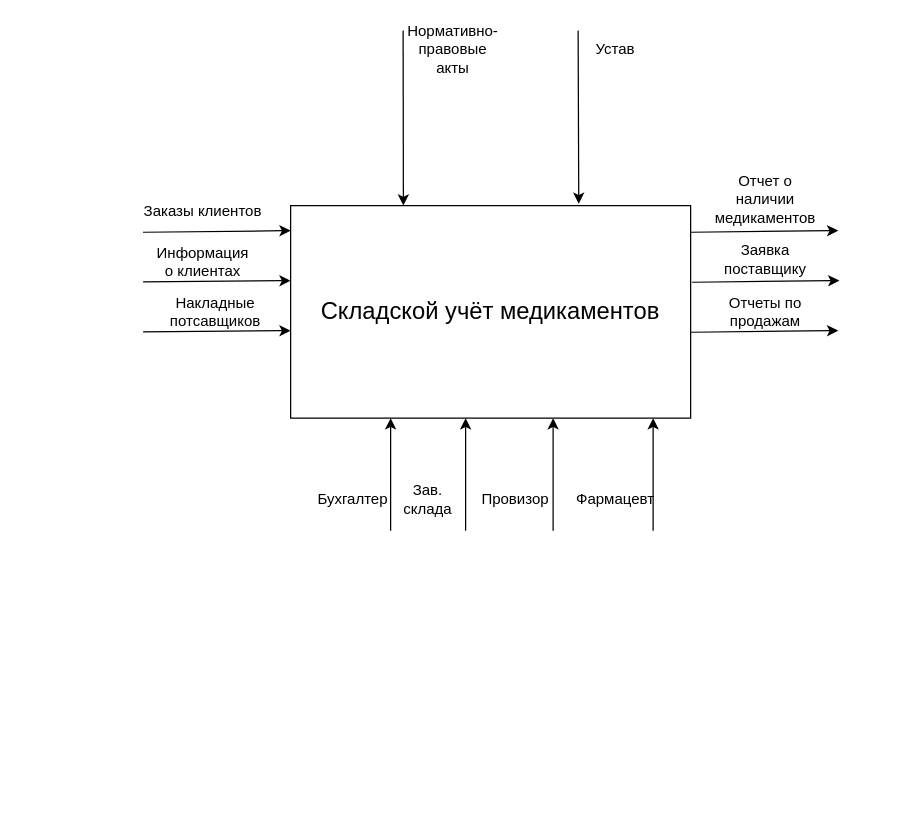
This is Диаграмма без названия.drawio from Lokerty64/origin, a draw.io file, before an edit. Source tidied: cells renumbered, new cells numbered last; positions are measured from the earlier drawing's top-left corner, leaving out a move shared by most shapes. Both pictures are drawn from the tidied source at 125%, with x=0, y=0 at pixel (142, 30).
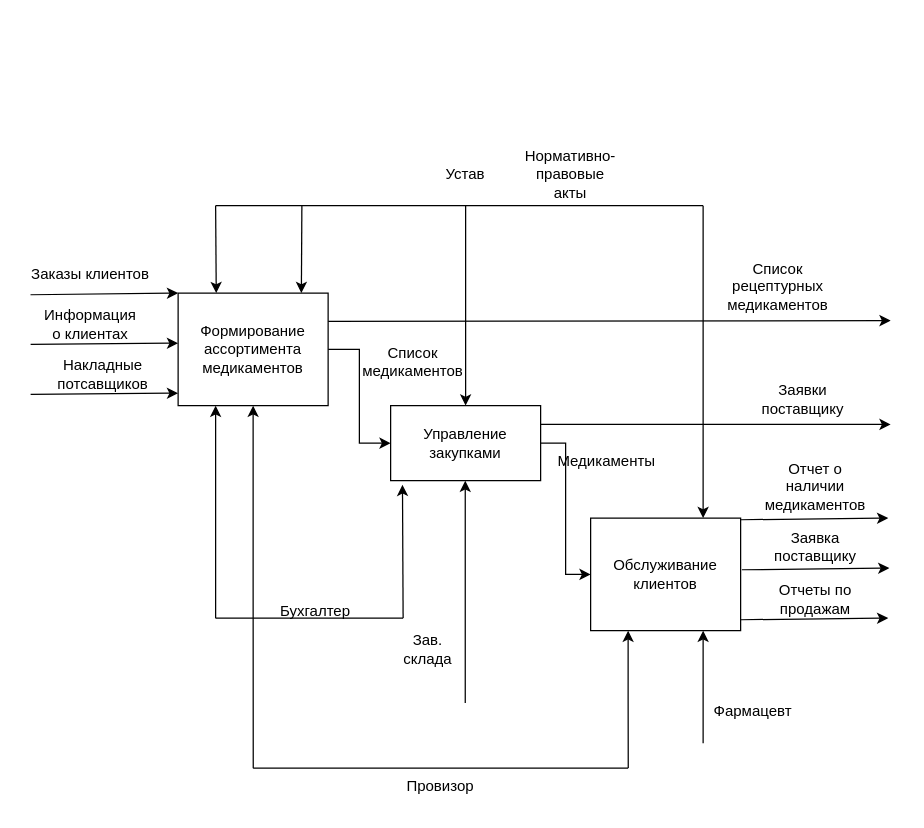
After the change.

Change to the diagram source:
```diff
@@
-    <mxCell id="2" value="&lt;font style=&quot;font-size: 19px;&quot;&gt;Складской учёт медикаментов&lt;/font&gt;" style="rounded=0;whiteSpace=wrap;html=1;" parent="1" vertex="1">
-      <mxGeometry x="118" y="140" width="320" height="170" as="geometry" />
-    </mxCell>
-    <mxCell id="3" style="endArrow=classic;html=1;rounded=0;entryX=0.063;entryY=0;entryDx=0;entryDy=0;entryPerimeter=0;" parent="1" edge="1">
-      <mxGeometry relative="1" as="geometry">
-        <mxPoint x="208" as="sourcePoint" />
-        <mxPoint x="208.2" y="140" as="targetPoint" />
-      </mxGeometry>
-    </mxCell>
     <mxCell id="4" value="Нормативно-правовые акты" style="text;html=1;align=center;verticalAlign=middle;whiteSpace=wrap;rounded=0;" parent="1" vertex="1">
-      <mxGeometry x="218" width="60" height="30" as="geometry" />
+      <mxGeometry x="312" y="100" width="60" height="30" as="geometry" />
     </mxCell>
     <mxCell id="5" style="endArrow=classic;html=1;rounded=0;entryX=0.739;entryY=-0.008;entryDx=0;entryDy=0;entryPerimeter=0;" parent="1" edge="1">
       <mxGeometry relative="1" as="geometry">
-        <mxPoint x="348" as="sourcePoint" />
-        <mxPoint x="348.5" y="138.6" as="targetPoint" />
+        <mxPoint x="58" y="140" as="sourcePoint" />
+        <mxPoint x="58.5" y="210" as="targetPoint" />
       </mxGeometry>
     </mxCell>
     <mxCell id="6" value="Устав" style="text;html=1;align=center;verticalAlign=middle;whiteSpace=wrap;rounded=0;" parent="1" vertex="1">
-      <mxGeometry x="348" width="60" height="30" as="geometry" />
+      <mxGeometry x="228" y="100" width="60" height="30" as="geometry" />
     </mxCell>
     <mxCell id="7" style="endArrow=classic;html=1;rounded=0;entryX=-0.006;entryY=0.11;entryDx=0;entryDy=0;entryPerimeter=0;" parent="1" edge="1">
       <mxGeometry relative="1" as="geometry">
-        <mxPoint x="-0.1" y="161.3" as="sourcePoint" />
-        <mxPoint x="118" y="160" as="targetPoint" />
+        <mxPoint x="-90.1" y="211.3" as="sourcePoint" />
+        <mxPoint x="28" y="210" as="targetPoint" />
       </mxGeometry>
     </mxCell>
     <mxCell id="8" value="&lt;span style=&quot;text-wrap: nowrap; background-color: rgb(255, 255, 255);&quot;&gt;&lt;font style=&quot;font-size: 12px;&quot;&gt;Заказы клиентов&lt;/font&gt;&lt;/span&gt;" style="text;html=1;align=center;verticalAlign=middle;whiteSpace=wrap;rounded=0;" parent="1" vertex="1">
-      <mxGeometry x="18" y="130" width="60" height="30" as="geometry" />
+      <mxGeometry x="-72" y="180" width="60" height="30" as="geometry" />
     </mxCell>
     <mxCell id="9" style="endArrow=classic;html=1;rounded=0;entryX=-0.006;entryY=0.11;entryDx=0;entryDy=0;entryPerimeter=0;" parent="1" edge="1">
       <mxGeometry relative="1" as="geometry">
-        <mxPoint y="201" as="sourcePoint" />
-        <mxPoint x="118" y="200" as="targetPoint" />
+        <mxPoint x="-90" y="251" as="sourcePoint" />
+        <mxPoint x="28" y="250" as="targetPoint" />
       </mxGeometry>
     </mxCell>
     <mxCell id="10" value="Информация о клиентах" style="text;html=1;align=center;verticalAlign=middle;whiteSpace=wrap;rounded=0;" parent="1" vertex="1">
-      <mxGeometry x="18" y="170" width="60" height="30" as="geometry" />
+      <mxGeometry x="-72" y="220" width="60" height="30" as="geometry" />
     </mxCell>
     <mxCell id="11" style="endArrow=classic;html=1;rounded=0;entryX=-0.006;entryY=0.11;entryDx=0;entryDy=0;entryPerimeter=0;" parent="1" edge="1">
       <mxGeometry relative="1" as="geometry">
-        <mxPoint y="241" as="sourcePoint" />
-        <mxPoint x="118" y="240" as="targetPoint" />
+        <mxPoint x="-90" y="291" as="sourcePoint" />
+        <mxPoint x="28" y="290" as="targetPoint" />
       </mxGeometry>
     </mxCell>
     <mxCell id="12" value="Накладные потсавщиков" style="text;html=1;align=center;verticalAlign=middle;whiteSpace=wrap;rounded=0;" parent="1" vertex="1">
-      <mxGeometry x="28" y="210" width="60" height="30" as="geometry" />
+      <mxGeometry x="-62" y="260" width="60" height="30" as="geometry" />
     </mxCell>
     <mxCell id="13" style="endArrow=classic;html=1;rounded=0;" parent="1" edge="1">
       <mxGeometry relative="1" as="geometry">
-        <mxPoint x="408" y="400" as="sourcePoint" />
-        <mxPoint x="408" y="310" as="targetPoint" />
+        <mxPoint x="448" y="570" as="sourcePoint" />
+        <mxPoint x="448" y="480" as="targetPoint" />
       </mxGeometry>
     </mxCell>
     <mxCell id="14" value="Фармацевт" style="text;html=1;align=center;verticalAlign=middle;whiteSpace=wrap;rounded=0;" parent="1" vertex="1">
-      <mxGeometry x="348" y="360" width="60" height="30" as="geometry" />
+      <mxGeometry x="458" y="530" width="60" height="30" as="geometry" />
     </mxCell>
-    <mxCell id="15" style="endArrow=classic;html=1;rounded=0;" parent="1" edge="1">
-      <mxGeometry relative="1" as="geometry">
-        <mxPoint x="328" y="400" as="sourcePoint" />
-        <mxPoint x="328" y="310" as="targetPoint" />
-      </mxGeometry>
-    </mxCell>
     <mxCell id="16" value="Провизор" style="text;html=1;align=center;verticalAlign=middle;whiteSpace=wrap;rounded=0;" parent="1" vertex="1">
-      <mxGeometry x="268" y="360" width="60" height="30" as="geometry" />
+      <mxGeometry x="208" y="590" width="60" height="30" as="geometry" />
     </mxCell>
-    <mxCell id="17" style="endArrow=classic;html=1;rounded=0;" parent="1" edge="1">
+    <mxCell id="17" style="endArrow=classic;html=1;rounded=0;entryX=0.125;entryY=1.022;entryDx=0;entryDy=0;entryPerimeter=0;exitX=0.916;exitY=0.975;exitDx=0;exitDy=0;exitPerimeter=0;" parent="1" edge="1">
       <mxGeometry relative="1" as="geometry">
-        <mxPoint x="258" y="400" as="sourcePoint" />
-        <mxPoint x="258" y="310" as="targetPoint" />
+        <mxPoint x="257.7" y="537.9" as="sourcePoint" />
+        <mxPoint x="257.7" y="360" as="targetPoint" />
       </mxGeometry>
     </mxCell>
     <mxCell id="18" value="Зав. склада" style="text;html=1;align=center;verticalAlign=middle;whiteSpace=wrap;rounded=0;" parent="1" vertex="1">
-      <mxGeometry x="198" y="360" width="60" height="30" as="geometry" />
+      <mxGeometry x="198" y="480" width="60" height="30" as="geometry" />
     </mxCell>
-    <mxCell id="19" style="endArrow=classic;html=1;rounded=0;" parent="1" edge="1">
-      <mxGeometry relative="1" as="geometry">
-        <mxPoint x="198" y="400" as="sourcePoint" />
-        <mxPoint x="198" y="310" as="targetPoint" />
-      </mxGeometry>
-    </mxCell>
-    <mxCell id="20" value="Бухгалтер" style="text;html=1;align=center;verticalAlign=middle;whiteSpace=wrap;rounded=0;" parent="1" vertex="1">
-      <mxGeometry x="138" y="360" width="60" height="30" as="geometry" />
-    </mxCell>
     <mxCell id="21" style="endArrow=classic;html=1;rounded=0;entryX=-0.006;entryY=0.11;entryDx=0;entryDy=0;entryPerimeter=0;" parent="1" edge="1">
       <mxGeometry relative="1" as="geometry">
-        <mxPoint x="438" y="161.3" as="sourcePoint" />
-        <mxPoint x="556.1" y="160" as="targetPoint" />
+        <mxPoint x="478" y="391.3" as="sourcePoint" />
+        <mxPoint x="596.1" y="390" as="targetPoint" />
       </mxGeometry>
     </mxCell>
     <mxCell id="22" value="Отчет о наличии медикаментов" style="text;html=1;align=center;verticalAlign=middle;whiteSpace=wrap;rounded=0;" parent="1" vertex="1">
-      <mxGeometry x="468" y="120" width="60" height="30" as="geometry" />
+      <mxGeometry x="508" y="350" width="60" height="30" as="geometry" />
     </mxCell>
     <mxCell id="23" style="endArrow=classic;html=1;rounded=0;entryX=-0.006;entryY=0.11;entryDx=0;entryDy=0;entryPerimeter=0;" parent="1" edge="1">
       <mxGeometry relative="1" as="geometry">
-        <mxPoint x="439" y="201.3" as="sourcePoint" />
-        <mxPoint x="557" y="200" as="targetPoint" />
+        <mxPoint x="479" y="431.3" as="sourcePoint" />
+        <mxPoint x="597" y="430" as="targetPoint" />
       </mxGeometry>
     </mxCell>
     <mxCell id="24" value="Заявка поставщику" style="text;html=1;align=center;verticalAlign=middle;whiteSpace=wrap;rounded=0;" parent="1" vertex="1">
-      <mxGeometry x="468" y="165" width="60" height="35" as="geometry" />
+      <mxGeometry x="508" y="395" width="60" height="35" as="geometry" />
     </mxCell>
     <mxCell id="25" style="endArrow=classic;html=1;rounded=0;entryX=-0.006;entryY=0.11;entryDx=0;entryDy=0;entryPerimeter=0;" parent="1" edge="1">
       <mxGeometry relative="1" as="geometry">
-        <mxPoint x="438" y="241.3" as="sourcePoint" />
-        <mxPoint x="556.1" y="240" as="targetPoint" />
+        <mxPoint x="478" y="471.3" as="sourcePoint" />
+        <mxPoint x="596.1" y="470" as="targetPoint" />
       </mxGeometry>
     </mxCell>
     <mxCell id="26" value="Отчеты по продажам" style="text;html=1;align=center;verticalAlign=middle;whiteSpace=wrap;rounded=0;" parent="1" vertex="1">
-      <mxGeometry x="468" y="210" width="60" height="30" as="geometry" />
+      <mxGeometry x="508" y="440" width="60" height="30" as="geometry" />
     </mxCell>
+    <mxCell id="27" style="edgeStyle=orthogonalEdgeStyle;rounded=0;jettySize=auto;html=1;exitX=1;exitY=0.5;exitDx=0;exitDy=0;entryX=0;entryY=0.5;entryDx=0;entryDy=0;" parent="1" edge="1" source="30" target="34">
+      <mxGeometry relative="1" as="geometry" />
+    </mxCell>
+    <mxCell id="28" style="edgeStyle=orthogonalEdgeStyle;rounded=0;jettySize=auto;html=1;exitX=0.5;exitY=1;exitDx=0;exitDy=0;startArrow=classic;startFill=1;endArrow=none;endFill=0;" parent="1" edge="1" source="30">
+      <mxGeometry relative="1" as="geometry">
+        <mxPoint x="88.1" y="590" as="targetPoint" />
+      </mxGeometry>
+    </mxCell>
+    <mxCell id="29" style="edgeStyle=orthogonalEdgeStyle;rounded=0;jettySize=auto;html=1;exitX=1;exitY=0.25;exitDx=0;exitDy=0;" parent="1" edge="1" source="30">
+      <mxGeometry relative="1" as="geometry">
+        <mxPoint x="598" y="232" as="targetPoint" />
+      </mxGeometry>
+    </mxCell>
+    <mxCell id="30" value="Формирование ассортимента медикаментов" style="rounded=0;whiteSpace=wrap;html=1;" parent="1" vertex="1">
+      <mxGeometry x="28" y="210" width="120" height="90" as="geometry" />
+    </mxCell>
+    <mxCell id="31" style="endArrow=classic;html=1;rounded=0;entryX=0.739;entryY=-0.008;entryDx=0;entryDy=0;entryPerimeter=0;" parent="1" edge="1">
+      <mxGeometry relative="1" as="geometry">
+        <mxPoint x="127" y="140" as="sourcePoint" />
+        <mxPoint x="126.6" y="210" as="targetPoint" />
+      </mxGeometry>
+    </mxCell>
+    <mxCell id="32" style="edgeStyle=orthogonalEdgeStyle;rounded=0;jettySize=auto;html=1;exitX=1;exitY=0.5;exitDx=0;exitDy=0;entryX=0;entryY=0.5;entryDx=0;entryDy=0;" parent="1" edge="1" source="34" target="38">
+      <mxGeometry relative="1" as="geometry" />
+    </mxCell>
+    <mxCell id="33" style="edgeStyle=orthogonalEdgeStyle;rounded=0;jettySize=auto;html=1;exitX=1;exitY=0.25;exitDx=0;exitDy=0;" parent="1" edge="1" source="34">
+      <mxGeometry relative="1" as="geometry">
+        <mxPoint x="598" y="315" as="targetPoint" />
+      </mxGeometry>
+    </mxCell>
+    <mxCell id="34" value="Управление закупками" style="rounded=0;whiteSpace=wrap;html=1;" parent="1" vertex="1">
+      <mxGeometry x="198" y="300" width="120" height="60" as="geometry" />
+    </mxCell>
+    <mxCell id="35" style="edgeStyle=orthogonalEdgeStyle;rounded=0;jettySize=auto;html=1;exitX=0.75;exitY=0;exitDx=0;exitDy=0;endArrow=none;endFill=0;startArrow=classic;startFill=1;" parent="1" edge="1" source="38">
+      <mxGeometry relative="1" as="geometry">
+        <mxPoint x="448" y="140" as="targetPoint" />
+      </mxGeometry>
+    </mxCell>
+    <mxCell id="36" style="edgeStyle=orthogonalEdgeStyle;rounded=0;jettySize=auto;html=1;exitX=0.25;exitY=1;exitDx=0;exitDy=0;strokeColor=none;startArrow=classic;startFill=1;endArrow=none;endFill=0;" parent="1" edge="1" source="38">
+      <mxGeometry relative="1" as="geometry">
+        <mxPoint x="388.1" y="590" as="targetPoint" />
+      </mxGeometry>
+    </mxCell>
+    <mxCell id="37" style="edgeStyle=orthogonalEdgeStyle;rounded=0;jettySize=auto;html=1;exitX=0.25;exitY=1;exitDx=0;exitDy=0;startArrow=classic;startFill=1;endArrow=none;endFill=0;" parent="1" edge="1" source="38">
+      <mxGeometry relative="1" as="geometry">
+        <mxPoint x="388.1" y="590" as="targetPoint" />
+      </mxGeometry>
+    </mxCell>
+    <mxCell id="38" value="Обслуживание клиентов" style="rounded=0;whiteSpace=wrap;html=1;" parent="1" vertex="1">
+      <mxGeometry x="358" y="390" width="120" height="90" as="geometry" />
+    </mxCell>
+    <mxCell id="39" value="Список медикаментов" style="text;html=1;align=center;verticalAlign=middle;whiteSpace=wrap;rounded=0;" parent="1" vertex="1">
+      <mxGeometry x="186.1" y="250" width="60" height="30" as="geometry" />
+    </mxCell>
+    <mxCell id="40" style="endArrow=none;html=1;rounded=0;" parent="1" edge="1">
+      <mxGeometry relative="1" as="geometry">
+        <mxPoint x="58" y="140" as="sourcePoint" />
+        <mxPoint x="448" y="140" as="targetPoint" />
+      </mxGeometry>
+    </mxCell>
+    <mxCell id="41" style="endArrow=classic;html=1;rounded=0;entryX=0.5;entryY=0;entryDx=0;entryDy=0;" parent="1" edge="1" target="34">
+      <mxGeometry relative="1" as="geometry">
+        <mxPoint x="258" y="140" as="sourcePoint" />
+      </mxGeometry>
+    </mxCell>
+    <mxCell id="42" value="Медикаменты" style="text;html=1;align=center;verticalAlign=middle;whiteSpace=wrap;rounded=0;" parent="1" vertex="1">
+      <mxGeometry x="341" y="330" width="60" height="30" as="geometry" />
+    </mxCell>
+    <mxCell id="43" style="endArrow=none;html=1;rounded=0;" parent="1" edge="1">
+      <mxGeometry relative="1" as="geometry">
+        <mxPoint x="88" y="590" as="sourcePoint" />
+        <mxPoint x="388" y="590" as="targetPoint" />
+      </mxGeometry>
+    </mxCell>
+    <mxCell id="44" value="Список рецептурных медикаментов" style="text;html=1;align=center;verticalAlign=middle;whiteSpace=wrap;rounded=0;" parent="1" vertex="1">
+      <mxGeometry x="478" y="190" width="60" height="30" as="geometry" />
+    </mxCell>
+    <mxCell id="45" value="Заявки поставщику" style="text;html=1;align=center;verticalAlign=middle;whiteSpace=wrap;rounded=0;" parent="1" vertex="1">
+      <mxGeometry x="498" y="280" width="60" height="30" as="geometry" />
+    </mxCell>
+    <mxCell id="46" style="endArrow=classic;html=1;rounded=0;entryX=0.25;entryY=1;entryDx=0;entryDy=0;" parent="1" edge="1" target="30">
+      <mxGeometry relative="1" as="geometry">
+        <mxPoint x="58" y="470" as="sourcePoint" />
+      </mxGeometry>
+    </mxCell>
+    <mxCell id="47" style="endArrow=classic;html=1;rounded=0;entryX=0.079;entryY=1.056;entryDx=0;entryDy=0;entryPerimeter=0;" parent="1" edge="1" target="34">
+      <mxGeometry relative="1" as="geometry">
+        <mxPoint x="208" y="470" as="sourcePoint" />
+      </mxGeometry>
+    </mxCell>
+    <mxCell id="48" style="endArrow=none;html=1;rounded=0;" parent="1" edge="1">
+      <mxGeometry relative="1" as="geometry">
+        <mxPoint x="58" y="470" as="sourcePoint" />
+        <mxPoint x="208" y="470" as="targetPoint" />
+      </mxGeometry>
+    </mxCell>
+    <mxCell id="20" value="Бухгалтер" style="text;html=1;align=center;verticalAlign=middle;whiteSpace=wrap;rounded=0;" parent="1" vertex="1">
+      <mxGeometry x="108" y="450" width="60" height="30" as="geometry" />
+    </mxCell>
```
